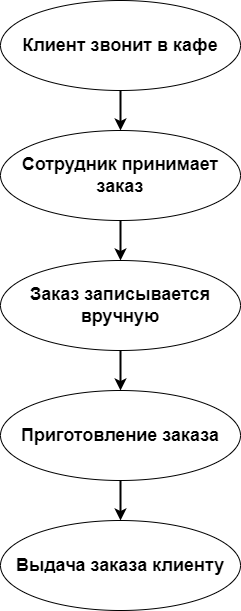
The draw.io diagram Диаграмма бизнес-процесса (AS IS).png in Ksenya-kg/Portfolio, before a commit. Source tidied: cells renumbered, new cells last; positions are measured from the earlier drawing's top-left corner, leaving out a move shared by most shapes. The source it was exported from:
```xml
<mxGraphModel>
  <root>
    <mxCell id="0" />
    <mxCell id="1" parent="0" />
    <mxCell id="2" style="edgeStyle=orthogonalEdgeStyle;rounded=0;jettySize=auto;html=1;fontSize=18;strokeWidth=2;" parent="1" edge="1" source="3" target="5">
      <mxGeometry relative="1" as="geometry" />
    </mxCell>
    <mxCell id="3" value="&lt;font style=&quot;font-size: 18px;&quot;&gt;&lt;b&gt;Клиент звонит в кафе&lt;/b&gt;&lt;/font&gt;" style="ellipse;whiteSpace=wrap;html=1;" parent="1" vertex="1">
      <mxGeometry width="240" height="90" as="geometry" />
    </mxCell>
    <mxCell id="4" style="edgeStyle=orthogonalEdgeStyle;rounded=0;jettySize=auto;html=1;entryX=0.5;entryY=0;entryDx=0;entryDy=0;strokeWidth=2;fontSize=18;" parent="1" edge="1" source="5" target="7">
      <mxGeometry relative="1" as="geometry" />
    </mxCell>
    <mxCell id="5" value="&lt;font style=&quot;&quot;&gt;&lt;span style=&quot;font-size: 18px;&quot;&gt;&lt;b&gt;Сотрудник принимает заказ&lt;/b&gt;&lt;/span&gt;&lt;/font&gt;" style="ellipse;whiteSpace=wrap;html=1;" parent="1" vertex="1">
      <mxGeometry y="130" width="240" height="90" as="geometry" />
    </mxCell>
    <mxCell id="6" style="edgeStyle=orthogonalEdgeStyle;rounded=0;jettySize=auto;html=1;entryX=0.5;entryY=0;entryDx=0;entryDy=0;strokeWidth=2;fontSize=18;" parent="1" edge="1" source="7" target="9">
      <mxGeometry relative="1" as="geometry" />
    </mxCell>
    <mxCell id="7" value="&lt;font style=&quot;&quot;&gt;&lt;span style=&quot;font-size: 18px;&quot;&gt;&lt;b&gt;Заказ записывается вручную&lt;/b&gt;&lt;/span&gt;&lt;/font&gt;" style="ellipse;whiteSpace=wrap;html=1;" parent="1" vertex="1">
      <mxGeometry y="260" width="240" height="90" as="geometry" />
    </mxCell>
    <mxCell id="8" style="edgeStyle=orthogonalEdgeStyle;rounded=0;jettySize=auto;html=1;entryX=0.5;entryY=0;entryDx=0;entryDy=0;strokeWidth=2;fontSize=18;" parent="1" edge="1" source="9" target="10">
      <mxGeometry relative="1" as="geometry" />
    </mxCell>
    <mxCell id="9" value="&lt;span style=&quot;font-size: 18px;&quot;&gt;&lt;b&gt;Приготовление заказа&lt;/b&gt;&lt;/span&gt;" style="ellipse;whiteSpace=wrap;html=1;" parent="1" vertex="1">
      <mxGeometry y="390" width="240" height="90" as="geometry" />
    </mxCell>
    <mxCell id="10" value="&lt;span style=&quot;font-size: 18px;&quot;&gt;&lt;b&gt;Выдача заказа клиенту&lt;/b&gt;&lt;/span&gt;" style="ellipse;whiteSpace=wrap;html=1;" parent="1" vertex="1">
      <mxGeometry y="520" width="240" height="90" as="geometry" />
    </mxCell>
  </root>
</mxGraphModel>
```
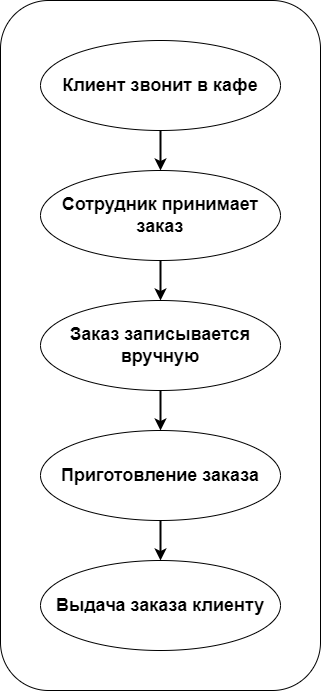
The same file after the commit.

Diff of the diagram source:
```diff
@@ -2,6 +2,9 @@
   <root>
     <mxCell id="0" />
     <mxCell id="1" parent="0" />
+    <mxCell id="11" style="rounded=1;whiteSpace=wrap;html=1;fontSize=18;" parent="1" vertex="1">
+      <mxGeometry x="-40" y="-40" width="320" height="690" as="geometry" />
+    </mxCell>
     <mxCell id="2" style="edgeStyle=orthogonalEdgeStyle;rounded=0;jettySize=auto;html=1;fontSize=18;strokeWidth=2;" parent="1" edge="1" source="3" target="5">
       <mxGeometry relative="1" as="geometry" />
     </mxCell>
```
